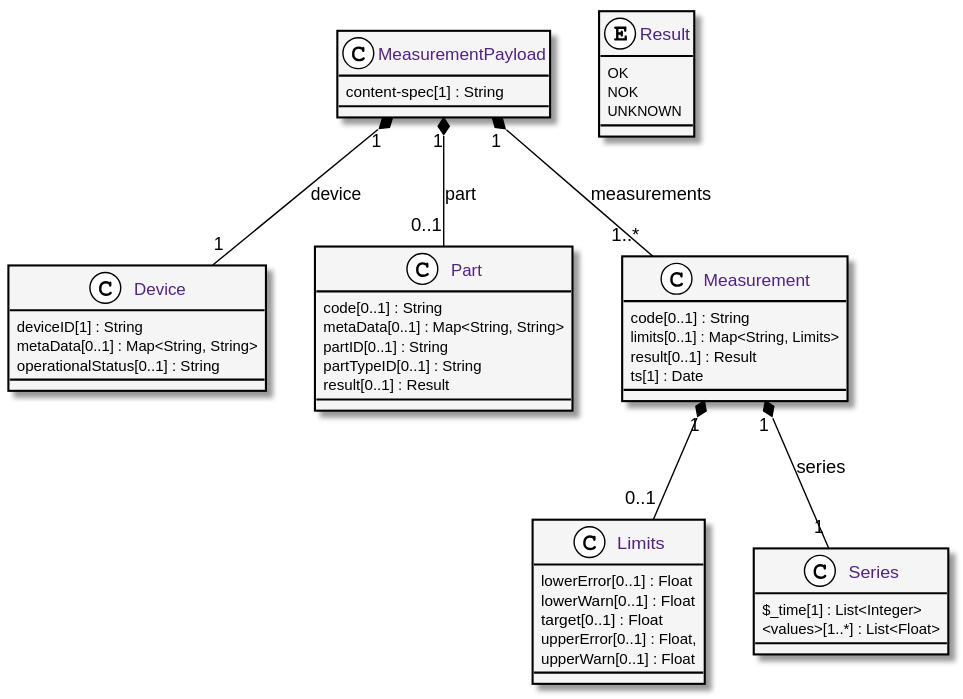
Earlier version of the PlantUML export website/static/images/measurementPayload.svg (eclipse-archived/unide). The source it was exported from:
```plantuml
@startuml

skinparam class {
	BorderColor black
	FontColor #50237f
	BackgroundColor #f5f5f5
	ArrowColor black
}

skinparam stereotype{
	CBackgroundColor white
	EBackgroundColor white
}

class MeasurementPayload {
	content-spec[1] : String
}

class Device {
	deviceID[1] : String
	metaData[0..1] : Map<String, String>
	operationalStatus[0..1] : String
}

class Part {
	code[0..1] : String
	metaData[0..1] : Map<String, String>
	partID[0..1] : String
	partTypeID[0..1] : String
	result[0..1] : Result
}

class Measurement {
	code[0..1] : String
	limits[0..1] : Map<String, Limits>
	result[0..1] : Result
	ts[1] : Date
}

class Limits {
	lowerError[0..1] : Float
	lowerWarn[0..1] : Float
	target[0..1] :  Float
	upperError[0..1] : Float,
	upperWarn[0..1] : Float
}

class Series {
	$_time[1] : List<Integer>
	<values>[1..*] : List<Float>
}

enum Result {
	OK
	NOK
	UNKNOWN
}

MeasurementPayload "1" *-- "1" Device : device
MeasurementPayload "1" *-- "0..1" Part : part
MeasurementPayload "1" *-- "1..*" Measurement : measurements

Measurement "1" *-- "1" Series : series
Measurement "1" *-- "0..1" Limits

@enduml
```
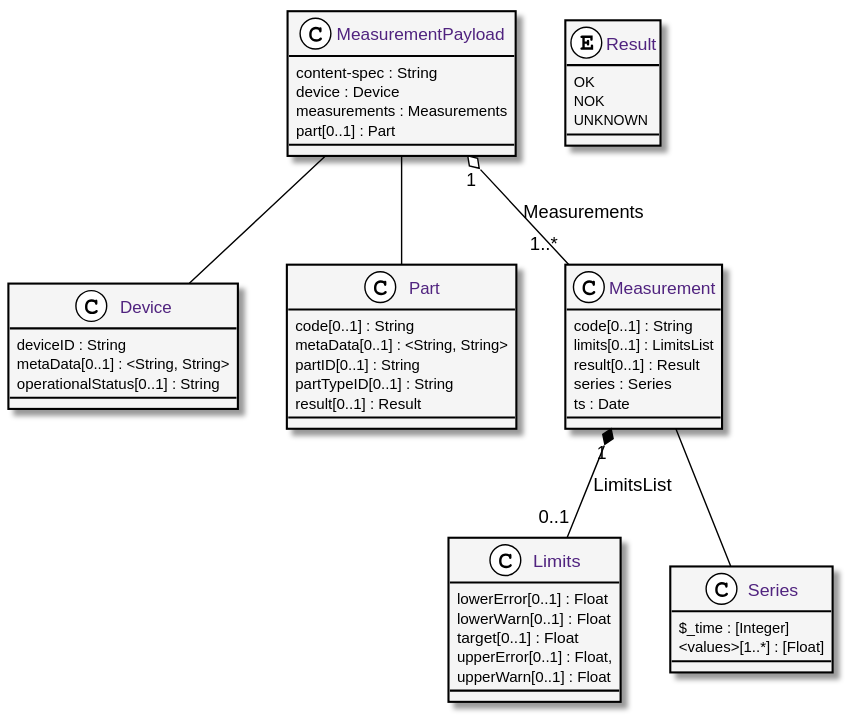
Later version of the same file.

Diff of the diagram source:
```diff
@@ -7,24 +7,27 @@
 	ArrowColor black
 }
 
-skinparam stereotype{
+skinparam stereotype {
 	CBackgroundColor white
 	EBackgroundColor white
 }
 
 class MeasurementPayload {
-	content-spec[1] : String
+	content-spec : String
+	device : Device
+	measurements : Measurements
+	part[0..1] : Part
 }
 
 class Device {
-	deviceID[1] : String
-	metaData[0..1] : Map<String, String>
+	deviceID : String
+	metaData[0..1] : <String, String>
 	operationalStatus[0..1] : String
 }
 
 class Part {
 	code[0..1] : String
-	metaData[0..1] : Map<String, String>
+	metaData[0..1] : <String, String>
 	partID[0..1] : String
 	partTypeID[0..1] : String
 	result[0..1] : Result
@@ -32,9 +35,10 @@
 
 class Measurement {
 	code[0..1] : String
-	limits[0..1] : Map<String, Limits>
+	limits[0..1] : LimitsList
 	result[0..1] : Result
-	ts[1] : Date
+	series : Series
+	ts : Date
 }
 
 class Limits {
@@ -46,8 +50,8 @@
 }
 
 class Series {
-	$_time[1] : List<Integer>
-	<values>[1..*] : List<Float>
+	$_time : [Integer]
+	<values>[1..*] : [Float]
 }
 
 enum Result {
@@ -56,11 +60,11 @@
 	UNKNOWN
 }
 
-MeasurementPayload "1" *-- "1" Device : device
-MeasurementPayload "1" *-- "0..1" Part : part
-MeasurementPayload "1" *-- "1..*" Measurement : measurements
+MeasurementPayload -- Device
+MeasurementPayload -- Part
+MeasurementPayload "1" o-- "1..*" Measurement : Measurements
 
-Measurement "1" *-- "1" Series : series
-Measurement "1" *-- "0..1" Limits
+Measurement -- Series
+Measurement "1" *-- "0..1" Limits : LimitsList
 
 @enduml
```
